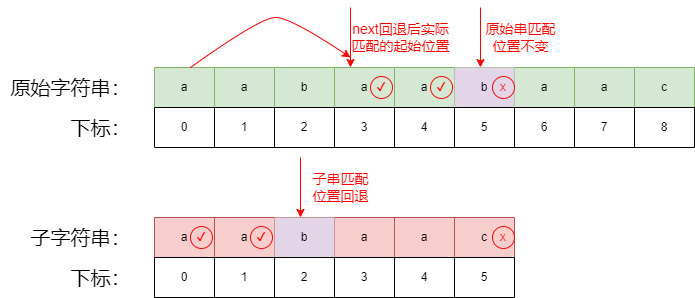
Before: algrithem/kmp_next_help2.drawio.png, a diagram exported from draw.io (muxicode/c153080686). Source tidied: cells renumbered, new cells last; positions are measured from the earlier drawing's top-left corner, leaving out a move shared by most shapes. Its diagram source:
```xml
<mxGraphModel>
  <root>
    <mxCell id="0" />
    <mxCell id="1" parent="0" />
    <mxCell id="2" style="shape=table;startSize=0;fillColor=#d5e8d4;strokeColor=#82b366;" parent="1" vertex="1">
      <mxGeometry x="154" y="60" width="540" height="40" as="geometry" />
    </mxCell>
    <mxCell id="3" style="shape=tableRow;horizontal=0;startSize=0;swimlaneHead=0;swimlaneBody=0;strokeColor=inherit;top=0;left=0;bottom=0;right=0;fillColor=none;" parent="2" vertex="1">
      <mxGeometry width="540" height="40" as="geometry" />
    </mxCell>
    <mxCell id="4" value="a" style="shape=partialRectangle;html=1;whiteSpace=wrap;strokeColor=inherit;overflow=hidden;fillColor=none;top=0;left=0;bottom=0;right=0;" parent="3" vertex="1">
      <mxGeometry width="60" height="40" as="geometry" />
    </mxCell>
    <mxCell id="5" value="a" style="shape=partialRectangle;html=1;whiteSpace=wrap;strokeColor=inherit;overflow=hidden;fillColor=none;top=0;left=0;bottom=0;right=0;" parent="3" vertex="1">
      <mxGeometry x="60" width="60" height="40" as="geometry" />
    </mxCell>
    <mxCell id="6" value="b" style="shape=partialRectangle;html=1;whiteSpace=wrap;strokeColor=inherit;overflow=hidden;fillColor=none;top=0;left=0;bottom=0;right=0;" parent="3" vertex="1">
      <mxGeometry x="120" width="60" height="40" as="geometry" />
    </mxCell>
    <mxCell id="7" value="a" style="shape=partialRectangle;html=1;whiteSpace=wrap;strokeColor=inherit;overflow=hidden;fillColor=none;top=0;left=0;bottom=0;right=0;" parent="3" vertex="1">
      <mxGeometry x="180" width="60" height="40" as="geometry" />
    </mxCell>
    <mxCell id="8" value="a" style="shape=partialRectangle;html=1;whiteSpace=wrap;strokeColor=inherit;overflow=hidden;fillColor=none;top=0;left=0;bottom=0;right=0;" parent="3" vertex="1">
      <mxGeometry x="240" width="60" height="40" as="geometry" />
    </mxCell>
    <mxCell id="9" value="b" style="shape=partialRectangle;html=1;whiteSpace=wrap;strokeColor=#9673a6;overflow=hidden;fillColor=#e1d5e7;top=0;left=0;bottom=0;right=0;" parent="3" vertex="1">
      <mxGeometry x="300" width="60" height="40" as="geometry" />
    </mxCell>
    <mxCell id="10" value="a" style="shape=partialRectangle;html=1;whiteSpace=wrap;strokeColor=inherit;overflow=hidden;fillColor=none;top=0;left=0;bottom=0;right=0;" parent="3" vertex="1">
      <mxGeometry x="360" width="60" height="40" as="geometry" />
    </mxCell>
    <mxCell id="11" value="a" style="shape=partialRectangle;html=1;whiteSpace=wrap;strokeColor=inherit;overflow=hidden;fillColor=none;top=0;left=0;bottom=0;right=0;" parent="3" vertex="1">
      <mxGeometry x="420" width="60" height="40" as="geometry" />
    </mxCell>
    <mxCell id="12" value="c" style="shape=partialRectangle;html=1;whiteSpace=wrap;strokeColor=inherit;overflow=hidden;fillColor=none;top=0;left=0;bottom=0;right=0;" parent="3" vertex="1">
      <mxGeometry x="480" width="60" height="40" as="geometry" />
    </mxCell>
    <mxCell id="13" style="shape=table;startSize=0;fillColor=#f8cecc;strokeColor=#b85450;" parent="1" vertex="1">
      <mxGeometry x="154" y="210" width="360" height="40" as="geometry" />
    </mxCell>
    <mxCell id="14" style="shape=tableRow;horizontal=0;startSize=0;swimlaneHead=0;swimlaneBody=0;strokeColor=inherit;top=0;left=0;bottom=0;right=0;fillColor=none;" parent="13" vertex="1">
      <mxGeometry width="360" height="40" as="geometry" />
    </mxCell>
    <mxCell id="15" value="a" style="shape=partialRectangle;html=1;whiteSpace=wrap;strokeColor=inherit;overflow=hidden;fillColor=none;top=0;left=0;bottom=0;right=0;" parent="14" vertex="1">
      <mxGeometry width="60" height="40" as="geometry" />
    </mxCell>
    <mxCell id="16" value="a" style="shape=partialRectangle;html=1;whiteSpace=wrap;strokeColor=inherit;overflow=hidden;fillColor=none;top=0;left=0;bottom=0;right=0;" parent="14" vertex="1">
      <mxGeometry x="60" width="60" height="40" as="geometry" />
    </mxCell>
    <mxCell id="17" value="b" style="shape=partialRectangle;html=1;whiteSpace=wrap;strokeColor=#9673a6;overflow=hidden;fillColor=#e1d5e7;top=0;left=0;bottom=0;right=0;" parent="14" vertex="1">
      <mxGeometry x="120" width="60" height="40" as="geometry" />
    </mxCell>
    <mxCell id="18" value="a" style="shape=partialRectangle;html=1;whiteSpace=wrap;strokeColor=inherit;overflow=hidden;fillColor=none;top=0;left=0;bottom=0;right=0;" parent="14" vertex="1">
      <mxGeometry x="180" width="60" height="40" as="geometry" />
    </mxCell>
    <mxCell id="19" value="a" style="shape=partialRectangle;html=1;whiteSpace=wrap;strokeColor=inherit;overflow=hidden;fillColor=none;top=0;left=0;bottom=0;right=0;" parent="14" vertex="1">
      <mxGeometry x="240" width="60" height="40" as="geometry" />
    </mxCell>
    <mxCell id="20" value="c" style="shape=partialRectangle;html=1;whiteSpace=wrap;strokeColor=inherit;overflow=hidden;fillColor=none;top=0;left=0;bottom=0;right=0;" parent="14" vertex="1">
      <mxGeometry x="300" width="60" height="40" as="geometry" />
    </mxCell>
    <mxCell id="21" style="shape=table;startSize=0;" parent="1" vertex="1">
      <mxGeometry x="154" y="100" width="540" height="40" as="geometry" />
    </mxCell>
    <mxCell id="22" style="shape=tableRow;horizontal=0;startSize=0;swimlaneHead=0;swimlaneBody=0;strokeColor=inherit;top=0;left=0;bottom=0;right=0;fillColor=none;" parent="21" vertex="1">
      <mxGeometry width="540" height="40" as="geometry" />
    </mxCell>
    <mxCell id="23" value="0" style="shape=partialRectangle;html=1;whiteSpace=wrap;strokeColor=inherit;overflow=hidden;fillColor=none;top=0;left=0;bottom=0;right=0;" parent="22" vertex="1">
      <mxGeometry width="60" height="40" as="geometry" />
    </mxCell>
    <mxCell id="24" value="1" style="shape=partialRectangle;html=1;whiteSpace=wrap;strokeColor=inherit;overflow=hidden;fillColor=none;top=0;left=0;bottom=0;right=0;" parent="22" vertex="1">
      <mxGeometry x="60" width="60" height="40" as="geometry" />
    </mxCell>
    <mxCell id="25" value="2" style="shape=partialRectangle;html=1;whiteSpace=wrap;strokeColor=inherit;overflow=hidden;fillColor=none;top=0;left=0;bottom=0;right=0;" parent="22" vertex="1">
      <mxGeometry x="120" width="60" height="40" as="geometry" />
    </mxCell>
    <mxCell id="26" value="3" style="shape=partialRectangle;html=1;whiteSpace=wrap;strokeColor=inherit;overflow=hidden;fillColor=none;top=0;left=0;bottom=0;right=0;" parent="22" vertex="1">
      <mxGeometry x="180" width="60" height="40" as="geometry" />
    </mxCell>
    <mxCell id="27" value="4" style="shape=partialRectangle;html=1;whiteSpace=wrap;strokeColor=inherit;overflow=hidden;fillColor=none;top=0;left=0;bottom=0;right=0;" parent="22" vertex="1">
      <mxGeometry x="240" width="60" height="40" as="geometry" />
    </mxCell>
    <mxCell id="28" value="5" style="shape=partialRectangle;html=1;whiteSpace=wrap;strokeColor=inherit;overflow=hidden;fillColor=none;top=0;left=0;bottom=0;right=0;" parent="22" vertex="1">
      <mxGeometry x="300" width="60" height="40" as="geometry" />
    </mxCell>
    <mxCell id="29" value="6" style="shape=partialRectangle;html=1;whiteSpace=wrap;strokeColor=inherit;overflow=hidden;fillColor=none;top=0;left=0;bottom=0;right=0;" parent="22" vertex="1">
      <mxGeometry x="360" width="60" height="40" as="geometry" />
    </mxCell>
    <mxCell id="30" value="7" style="shape=partialRectangle;html=1;whiteSpace=wrap;strokeColor=inherit;overflow=hidden;fillColor=none;top=0;left=0;bottom=0;right=0;" parent="22" vertex="1">
      <mxGeometry x="420" width="60" height="40" as="geometry" />
    </mxCell>
    <mxCell id="31" value="8" style="shape=partialRectangle;html=1;whiteSpace=wrap;strokeColor=inherit;overflow=hidden;fillColor=none;top=0;left=0;bottom=0;right=0;" parent="22" vertex="1">
      <mxGeometry x="480" width="60" height="40" as="geometry" />
    </mxCell>
    <mxCell id="32" style="shape=table;startSize=0;" parent="1" vertex="1">
      <mxGeometry x="154" y="250" width="360" height="40" as="geometry" />
    </mxCell>
    <mxCell id="33" style="shape=tableRow;horizontal=0;startSize=0;swimlaneHead=0;swimlaneBody=0;strokeColor=inherit;top=0;left=0;bottom=0;right=0;fillColor=none;" parent="32" vertex="1">
      <mxGeometry width="360" height="40" as="geometry" />
    </mxCell>
    <mxCell id="34" value="0" style="shape=partialRectangle;html=1;whiteSpace=wrap;strokeColor=inherit;overflow=hidden;fillColor=none;top=0;left=0;bottom=0;right=0;" parent="33" vertex="1">
      <mxGeometry width="60" height="40" as="geometry" />
    </mxCell>
    <mxCell id="35" value="1" style="shape=partialRectangle;html=1;whiteSpace=wrap;strokeColor=inherit;overflow=hidden;fillColor=none;top=0;left=0;bottom=0;right=0;" parent="33" vertex="1">
      <mxGeometry x="60" width="60" height="40" as="geometry" />
    </mxCell>
    <mxCell id="36" value="2" style="shape=partialRectangle;html=1;whiteSpace=wrap;strokeColor=inherit;overflow=hidden;fillColor=none;top=0;left=0;bottom=0;right=0;" parent="33" vertex="1">
      <mxGeometry x="120" width="60" height="40" as="geometry" />
    </mxCell>
    <mxCell id="37" value="3" style="shape=partialRectangle;html=1;whiteSpace=wrap;strokeColor=inherit;overflow=hidden;fillColor=none;top=0;left=0;bottom=0;right=0;" parent="33" vertex="1">
      <mxGeometry x="180" width="60" height="40" as="geometry" />
    </mxCell>
    <mxCell id="38" value="4" style="shape=partialRectangle;html=1;whiteSpace=wrap;strokeColor=inherit;overflow=hidden;fillColor=none;top=0;left=0;bottom=0;right=0;" parent="33" vertex="1">
      <mxGeometry x="240" width="60" height="40" as="geometry" />
    </mxCell>
    <mxCell id="39" value="5" style="shape=partialRectangle;html=1;whiteSpace=wrap;strokeColor=inherit;overflow=hidden;fillColor=none;top=0;left=0;bottom=0;right=0;" parent="33" vertex="1">
      <mxGeometry x="300" width="60" height="40" as="geometry" />
    </mxCell>
    <mxCell id="40" value="&lt;font style=&quot;font-size: 20px;&quot;&gt;原始字符串：&lt;/font&gt;" style="text;html=1;align=center;verticalAlign=middle;strokeColor=none;fillColor=none;" parent="1" vertex="1">
      <mxGeometry y="60" width="140" height="40" as="geometry" />
    </mxCell>
    <mxCell id="41" value="&lt;font style=&quot;font-size: 20px;&quot;&gt;下标：&lt;/font&gt;" style="text;html=1;align=center;verticalAlign=middle;strokeColor=none;fillColor=none;" parent="1" vertex="1">
      <mxGeometry x="60" y="100" width="80" height="40" as="geometry" />
    </mxCell>
    <mxCell id="42" value="&lt;font style=&quot;font-size: 20px;&quot;&gt;子字符串：&lt;/font&gt;" style="text;html=1;align=center;verticalAlign=middle;strokeColor=none;fillColor=none;" parent="1" vertex="1">
      <mxGeometry x="20" y="210" width="120" height="40" as="geometry" />
    </mxCell>
    <mxCell id="43" value="&lt;font style=&quot;font-size: 20px;&quot;&gt;下标：&lt;/font&gt;" style="text;html=1;align=center;verticalAlign=middle;strokeColor=none;fillColor=none;" parent="1" vertex="1">
      <mxGeometry x="60" y="250" width="80" height="40" as="geometry" />
    </mxCell>
    <mxCell id="44" value="&lt;font color=&quot;#ff0000&quot;&gt;✔&lt;/font&gt;" style="ellipse;whiteSpace=wrap;html=1;strokeColor=#f70808;fillColor=none;" parent="1" vertex="1">
      <mxGeometry x="190" y="219" width="22" height="22" as="geometry" />
    </mxCell>
    <mxCell id="45" value="&lt;font color=&quot;#ff0000&quot;&gt;✔&lt;/font&gt;" style="ellipse;whiteSpace=wrap;html=1;strokeColor=#f70808;fillColor=none;" parent="1" vertex="1">
      <mxGeometry x="250" y="219" width="22" height="22" as="geometry" />
    </mxCell>
    <mxCell id="46" value="&lt;font color=&quot;#ff0000&quot;&gt;✔&lt;/font&gt;" style="ellipse;whiteSpace=wrap;html=1;strokeColor=#f70808;fillColor=none;" parent="1" vertex="1">
      <mxGeometry x="370" y="69" width="22" height="22" as="geometry" />
    </mxCell>
    <mxCell id="47" value="&lt;font color=&quot;#ff0000&quot;&gt;✔&lt;/font&gt;" style="ellipse;whiteSpace=wrap;html=1;strokeColor=#f70808;fillColor=none;" parent="1" vertex="1">
      <mxGeometry x="430" y="69" width="22" height="22" as="geometry" />
    </mxCell>
    <mxCell id="48" value="&lt;font color=&quot;#ff0000&quot;&gt;x&lt;/font&gt;" style="ellipse;whiteSpace=wrap;html=1;strokeColor=#f70808;fillColor=none;" parent="1" vertex="1">
      <mxGeometry x="492" y="219" width="22" height="22" as="geometry" />
    </mxCell>
    <mxCell id="49" value="&lt;font color=&quot;#ff0000&quot; style=&quot;font-size: 14px;&quot;&gt;原始串匹配&lt;br&gt;位置不变&lt;/font&gt;" style="endArrow=classic;html=1;rounded=0;strokeColor=#FF0000;" parent="1" edge="1">
      <mxGeometry y="40" relative="1" as="geometry">
        <mxPoint x="480" as="sourcePoint" />
        <mxPoint x="480" y="60" as="targetPoint" />
      </mxGeometry>
    </mxCell>
    <mxCell id="50" value="&lt;font color=&quot;#ff0000&quot;&gt;x&lt;/font&gt;" style="ellipse;whiteSpace=wrap;html=1;strokeColor=#f70808;fillColor=none;" parent="1" vertex="1">
      <mxGeometry x="492" y="69" width="22" height="22" as="geometry" />
    </mxCell>
    <mxCell id="51" value="&lt;font color=&quot;#ff0000&quot; style=&quot;font-size: 14px;&quot;&gt;子串匹配&lt;br&gt;位置回退&lt;/font&gt;" style="endArrow=classic;html=1;rounded=0;strokeColor=#FF0000;" parent="1" edge="1">
      <mxGeometry y="40" relative="1" as="geometry">
        <mxPoint x="300" y="150" as="sourcePoint" />
        <mxPoint x="300" y="210" as="targetPoint" />
      </mxGeometry>
    </mxCell>
    <mxCell id="52" value="&lt;font color=&quot;#ff0000&quot;&gt;&lt;span style=&quot;font-size: 14px;&quot;&gt;next回退后实际&lt;br&gt;匹配的起始位置&lt;br&gt;&lt;/span&gt;&lt;/font&gt;" style="endArrow=classic;html=1;rounded=0;strokeColor=#FF0000;" parent="1" edge="1">
      <mxGeometry y="50" relative="1" as="geometry">
        <mxPoint x="350" as="sourcePoint" />
        <mxPoint x="350" y="60" as="targetPoint" />
      </mxGeometry>
    </mxCell>
    <mxCell id="53" style="curved=1;endArrow=classic;html=1;rounded=0;strokeColor=#FF0000;" parent="1" edge="1">
      <mxGeometry relative="1" as="geometry">
        <mxPoint x="190" y="60" as="sourcePoint" />
        <mxPoint x="350" y="50" as="targetPoint" />
        <Array as="points">
          <mxPoint x="260" y="10" />
          <mxPoint x="290" y="10" />
        </Array>
      </mxGeometry>
    </mxCell>
  </root>
</mxGraphModel>
```
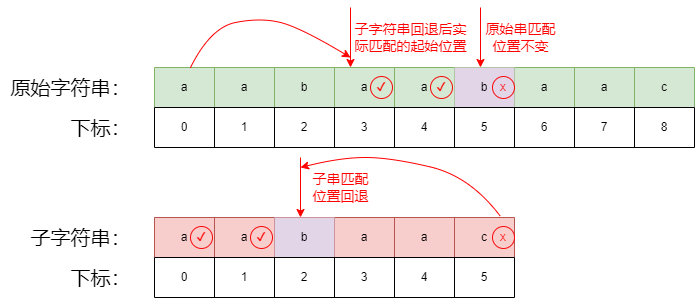
Later version of the same file.

Change to the diagram source:
```diff
@@ -158,8 +158,8 @@
         <mxPoint x="300" y="210" as="targetPoint" />
       </mxGeometry>
     </mxCell>
-    <mxCell id="52" value="&lt;font color=&quot;#ff0000&quot;&gt;&lt;span style=&quot;font-size: 14px;&quot;&gt;next回退后实际&lt;br&gt;匹配的起始位置&lt;br&gt;&lt;/span&gt;&lt;/font&gt;" style="endArrow=classic;html=1;rounded=0;strokeColor=#FF0000;" parent="1" edge="1">
-      <mxGeometry y="50" relative="1" as="geometry">
+    <mxCell id="52" value="&lt;font color=&quot;#ff0000&quot;&gt;&lt;span style=&quot;font-size: 14px;&quot;&gt;子字符串回退后实&lt;br&gt;际匹配的起始位置&lt;br&gt;&lt;/span&gt;&lt;/font&gt;" style="endArrow=classic;html=1;rounded=0;strokeColor=#FF0000;" parent="1" edge="1">
+      <mxGeometry y="60" relative="1" as="geometry">
         <mxPoint x="350" as="sourcePoint" />
         <mxPoint x="350" y="60" as="targetPoint" />
       </mxGeometry>
@@ -169,10 +169,22 @@
         <mxPoint x="190" y="60" as="sourcePoint" />
         <mxPoint x="350" y="50" as="targetPoint" />
         <Array as="points">
+          <mxPoint x="210" y="20" />
           <mxPoint x="260" y="10" />
-          <mxPoint x="290" y="10" />
+          <mxPoint x="300" y="20" />
         </Array>
       </mxGeometry>
     </mxCell>
+    <mxCell id="54" style="curved=1;endArrow=classic;html=1;rounded=0;strokeColor=#FF0000;" parent="1" edge="1">
+      <mxGeometry relative="1" as="geometry">
+        <mxPoint x="500" y="209" as="sourcePoint" />
+        <mxPoint x="300" y="160" as="targetPoint" />
+        <Array as="points">
+          <mxPoint x="470" y="169" />
+          <mxPoint x="390" y="150" />
+          <mxPoint x="340" y="150" />
+        </Array>
+      </mxGeometry>
+    </mxCell>
   </root>
 </mxGraphModel>
```
